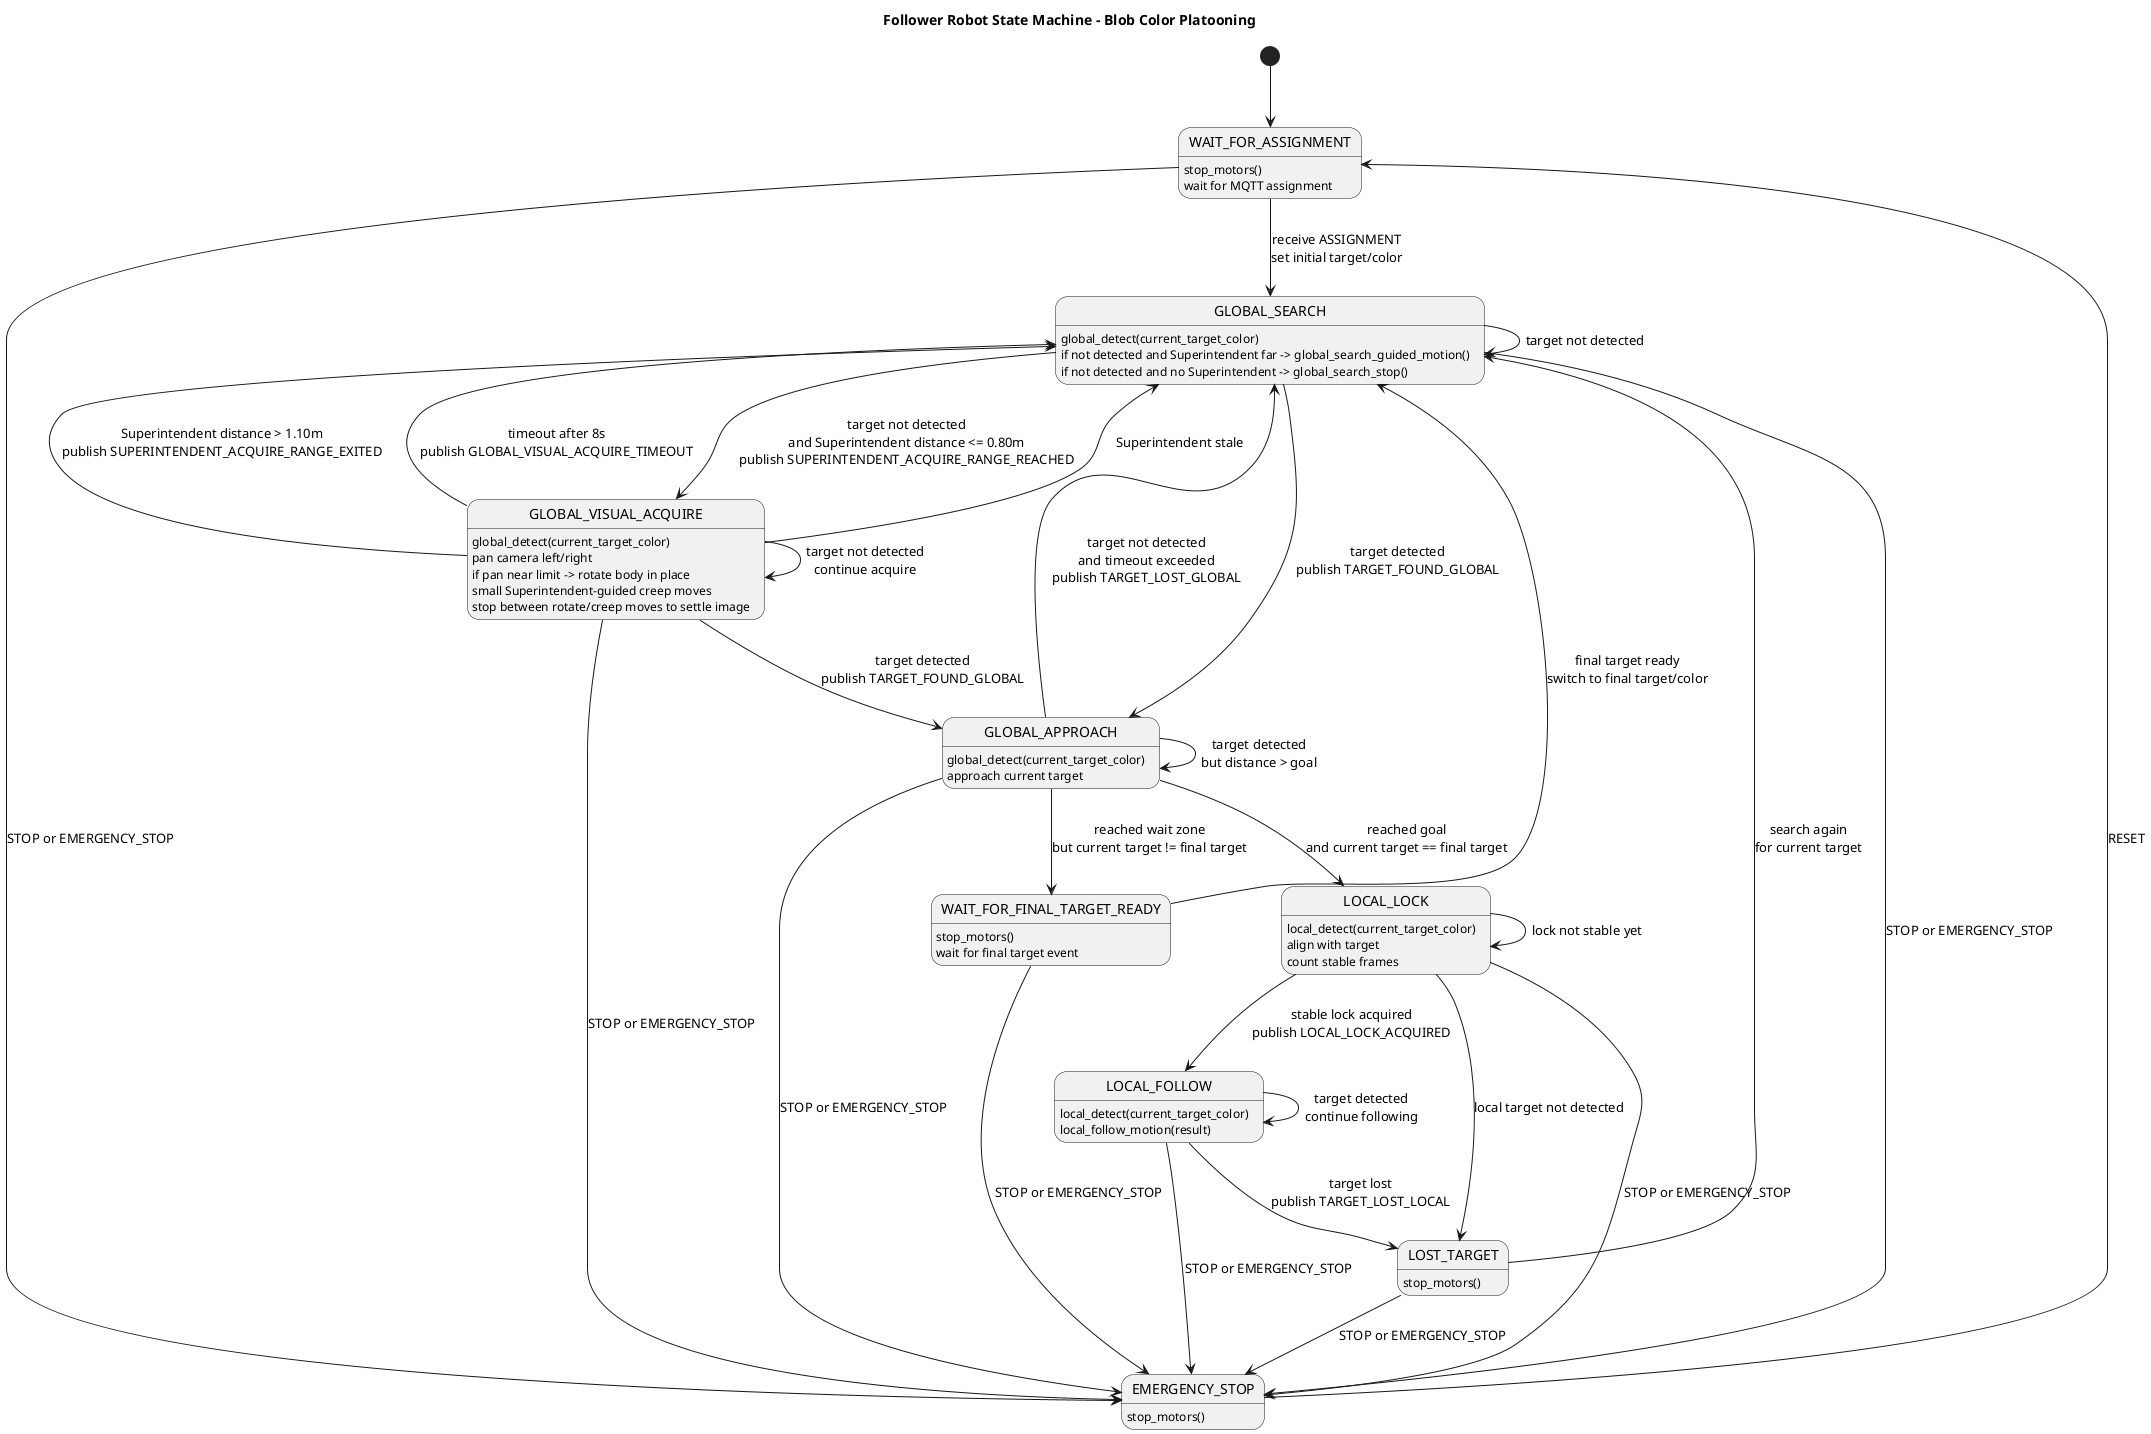
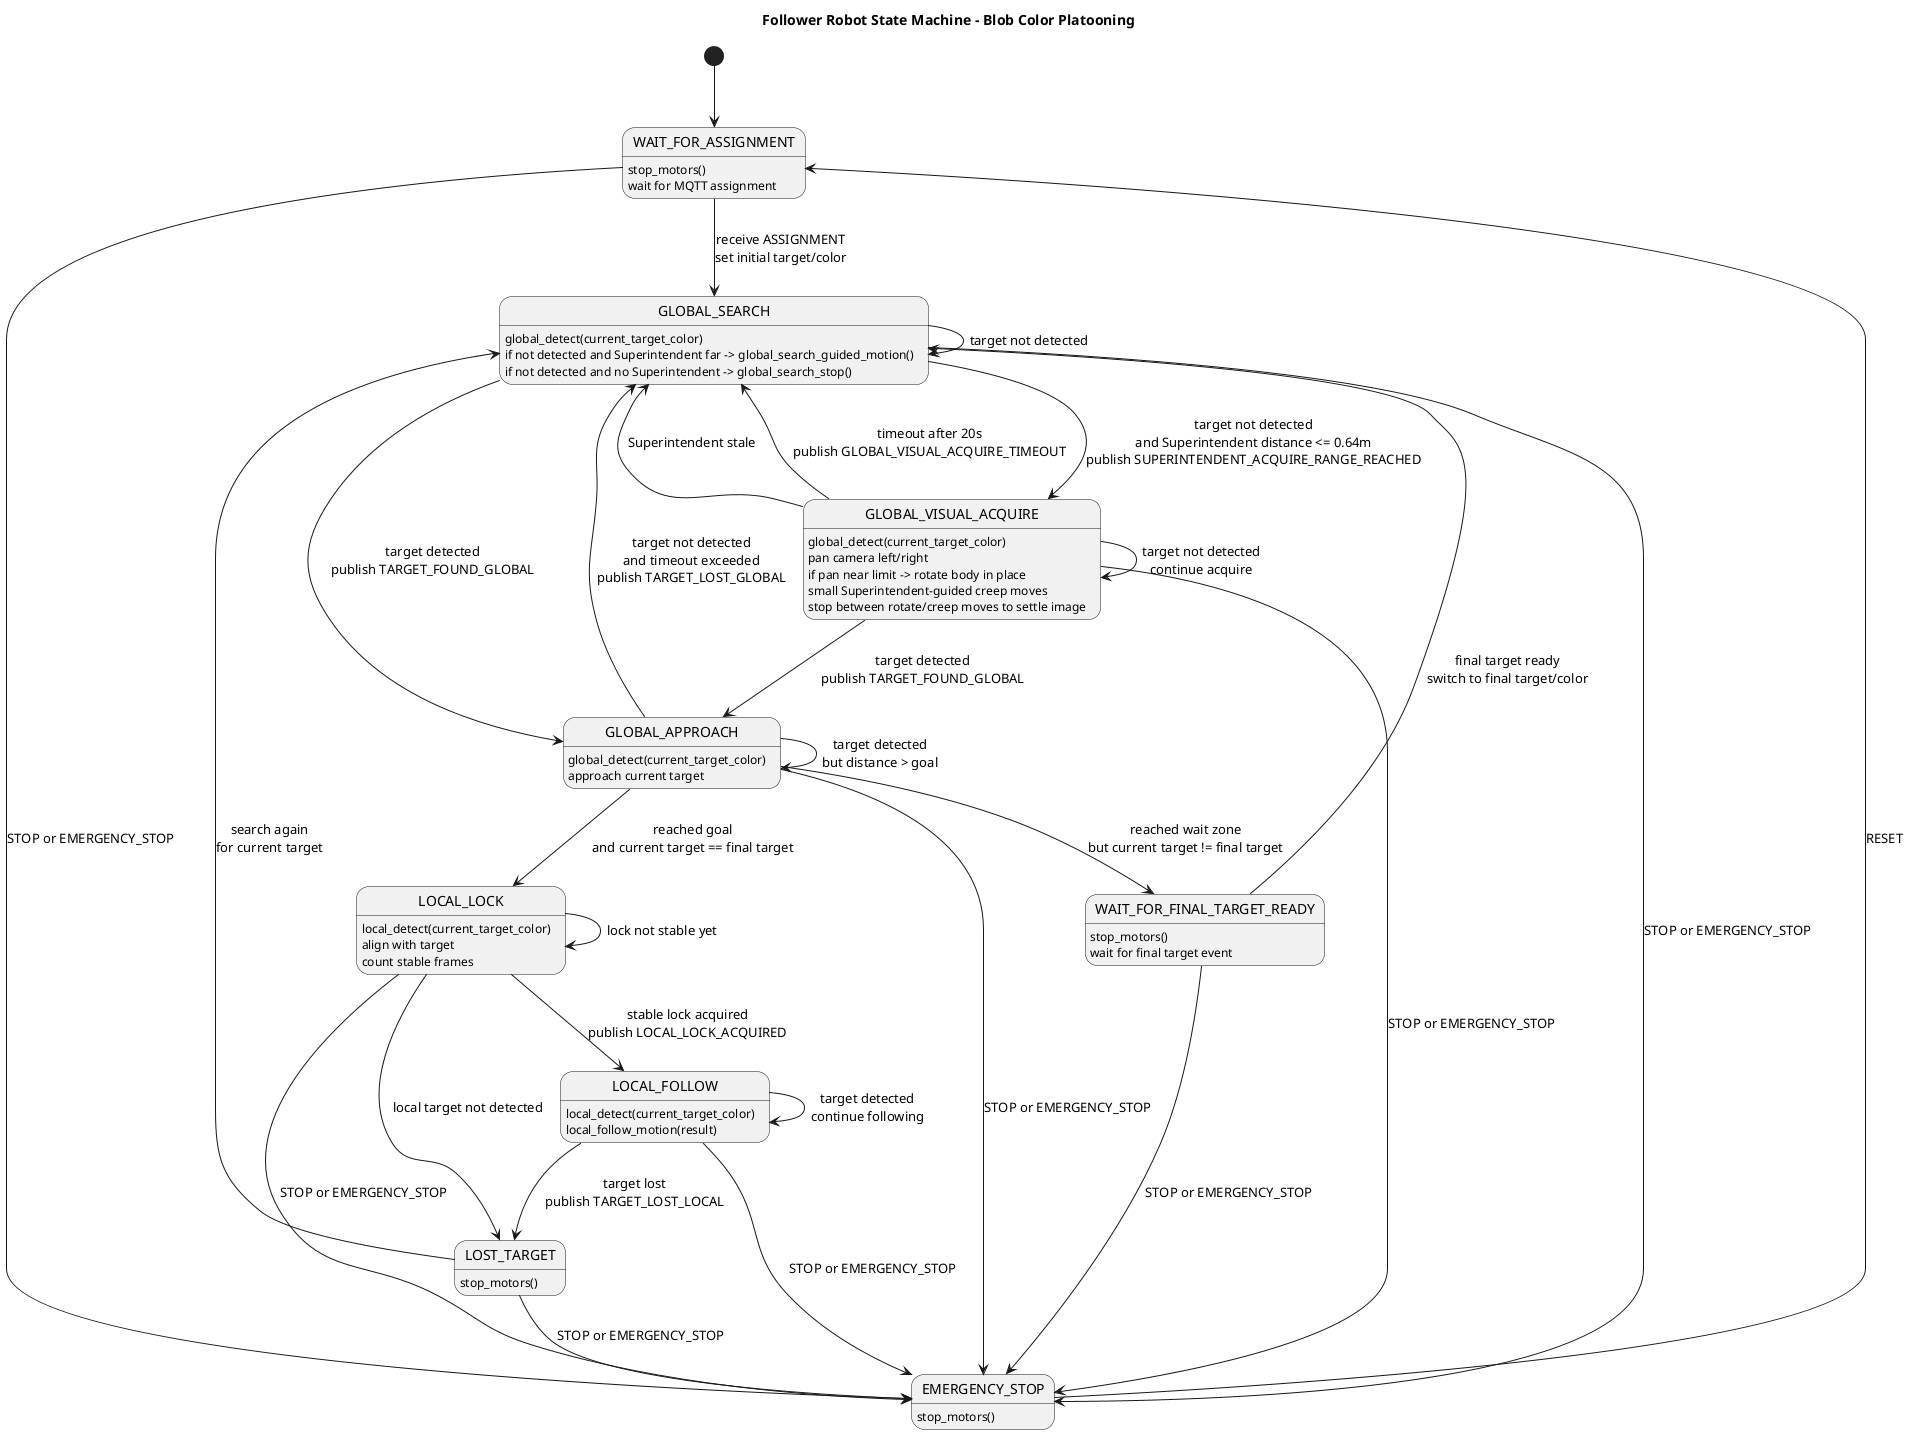
@startuml
title Follower Robot State Machine - Blob Color Platooning

hide empty description

[*] --> WAIT_FOR_ASSIGNMENT

WAIT_FOR_ASSIGNMENT : stop_motors()
WAIT_FOR_ASSIGNMENT : wait for MQTT assignment
WAIT_FOR_ASSIGNMENT --> GLOBAL_SEARCH : receive ASSIGNMENT\nset initial target/color

GLOBAL_SEARCH : global_detect(current_target_color)
GLOBAL_SEARCH : if not detected and Superintendent far -> global_search_guided_motion()
GLOBAL_SEARCH : if not detected and no Superintendent -> global_search_stop()
GLOBAL_SEARCH --> GLOBAL_APPROACH : target detected\npublish TARGET_FOUND_GLOBAL
- GLOBAL_SEARCH --> GLOBAL_VISUAL_ACQUIRE : target not detected\nand Superintendent distance <= 0.80m\npublish SUPERINTENDENT_ACQUIRE_RANGE_REACHED
+ GLOBAL_SEARCH --> GLOBAL_VISUAL_ACQUIRE : target not detected\nand Superintendent distance <= 0.64m\npublish SUPERINTENDENT_ACQUIRE_RANGE_REACHED
GLOBAL_SEARCH --> GLOBAL_SEARCH : target not detected

GLOBAL_VISUAL_ACQUIRE : global_detect(current_target_color)
GLOBAL_VISUAL_ACQUIRE : pan camera left/right
GLOBAL_VISUAL_ACQUIRE : if pan near limit -> rotate body in place
GLOBAL_VISUAL_ACQUIRE : small Superintendent-guided creep moves
GLOBAL_VISUAL_ACQUIRE : stop between rotate/creep moves to settle image
GLOBAL_VISUAL_ACQUIRE --> GLOBAL_APPROACH : target detected\npublish TARGET_FOUND_GLOBAL
GLOBAL_VISUAL_ACQUIRE --> GLOBAL_SEARCH : Superintendent stale
- GLOBAL_VISUAL_ACQUIRE --> GLOBAL_SEARCH : Superintendent distance > 1.10m\npublish SUPERINTENDENT_ACQUIRE_RANGE_EXITED
- GLOBAL_VISUAL_ACQUIRE --> GLOBAL_SEARCH : timeout after 8s\npublish GLOBAL_VISUAL_ACQUIRE_TIMEOUT
+ GLOBAL_VISUAL_ACQUIRE --> GLOBAL_SEARCH : timeout after 20s\npublish GLOBAL_VISUAL_ACQUIRE_TIMEOUT
GLOBAL_VISUAL_ACQUIRE --> GLOBAL_VISUAL_ACQUIRE : target not detected\ncontinue acquire

GLOBAL_APPROACH : global_detect(current_target_color)
GLOBAL_APPROACH : approach current target
GLOBAL_APPROACH --> GLOBAL_SEARCH : target not detected\nand timeout exceeded\npublish TARGET_LOST_GLOBAL
GLOBAL_APPROACH --> GLOBAL_APPROACH : target detected\nbut distance > goal
GLOBAL_APPROACH --> LOCAL_LOCK : reached goal\nand current target == final target
GLOBAL_APPROACH --> WAIT_FOR_FINAL_TARGET_READY : reached wait zone\nbut current target != final target

WAIT_FOR_FINAL_TARGET_READY : stop_motors()
WAIT_FOR_FINAL_TARGET_READY : wait for final target event
WAIT_FOR_FINAL_TARGET_READY --> GLOBAL_SEARCH : final target ready\nswitch to final target/color

LOCAL_LOCK : local_detect(current_target_color)
LOCAL_LOCK : align with target
LOCAL_LOCK : count stable frames
LOCAL_LOCK --> LOST_TARGET : local target not detected
LOCAL_LOCK --> LOCAL_LOCK : lock not stable yet
LOCAL_LOCK --> LOCAL_FOLLOW : stable lock acquired\npublish LOCAL_LOCK_ACQUIRED

LOCAL_FOLLOW : local_detect(current_target_color)
LOCAL_FOLLOW : local_follow_motion(result)
LOCAL_FOLLOW --> LOCAL_FOLLOW : target detected\ncontinue following
LOCAL_FOLLOW --> LOST_TARGET : target lost\npublish TARGET_LOST_LOCAL

LOST_TARGET : stop_motors()
LOST_TARGET --> GLOBAL_SEARCH : search again\nfor current target

EMERGENCY_STOP : stop_motors()
EMERGENCY_STOP --> WAIT_FOR_ASSIGNMENT : RESET

WAIT_FOR_ASSIGNMENT --> EMERGENCY_STOP : STOP or EMERGENCY_STOP
GLOBAL_SEARCH --> EMERGENCY_STOP : STOP or EMERGENCY_STOP
GLOBAL_VISUAL_ACQUIRE --> EMERGENCY_STOP : STOP or EMERGENCY_STOP
GLOBAL_APPROACH --> EMERGENCY_STOP : STOP or EMERGENCY_STOP
WAIT_FOR_FINAL_TARGET_READY --> EMERGENCY_STOP : STOP or EMERGENCY_STOP
LOCAL_LOCK --> EMERGENCY_STOP : STOP or EMERGENCY_STOP
LOCAL_FOLLOW --> EMERGENCY_STOP : STOP or EMERGENCY_STOP
LOST_TARGET --> EMERGENCY_STOP : STOP or EMERGENCY_STOP

@enduml
